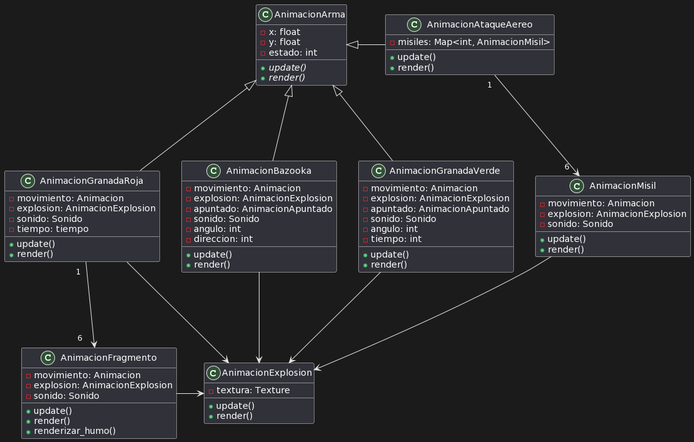
The PlantUML diagram documentacion/diagramas/clase/img/armas.png in AlanValdevenito/Worms, before a commit. Its diagram source:
```plantuml
@startuml
class AnimacionArma {
   -x: float
   -y: float
   -estado: int
   +{abstract}update()
   +{abstract}render()

}

class AnimacionGranadaVerde {
   -movimiento: Animacion
   -explosion: AnimacionExplosion
   -apuntado: AnimacionApuntado
   -sonido: Sonido
   -angulo: int
   -tiempo: int
   +update()
   +render()
}

class AnimacionGranadaRoja {
   -movimiento: Animacion
   -explosion: AnimacionExplosion
   -sonido: Sonido
   -tiempo: tiempo
   +update()
   +render()
}

class AnimacionFragmento {
   -movimiento: Animacion
   -explosion: AnimacionExplosion
   -sonido: Sonido
   +update()
   +render()
   +renderizar_humo()
}

class AnimacionAtaqueAereo {
   -misiles: Map<int, AnimacionMisil>
   +update()
   +render()
}


class AnimacionMisil {
    -movimiento: Animacion
    -explosion: AnimacionExplosion
    -sonido: Sonido
    +update()
    +render()
}

class AnimacionBazooka {
   -movimiento: Animacion
   -explosion: AnimacionExplosion
   -apuntado: AnimacionApuntado
   -sonido: Sonido
   -angulo: int
   -direccion: int
   +update()
   +render()
}

class AnimacionExplosion{
   -textura: Texture
   +update()
   +render()
}

AnimacionBazooka --up-|> AnimacionArma
AnimacionGranadaVerde --up-|> AnimacionArma
AnimacionGranadaRoja --up-|> AnimacionArma
AnimacionAtaqueAereo --left-|> AnimacionArma

AnimacionAtaqueAereo "  1  " --down-> "  6  " AnimacionMisil

AnimacionGranadaRoja"  1  " --down-> "    6    " AnimacionFragmento

AnimacionGranadaVerde --down-> AnimacionExplosion
AnimacionGranadaRoja --down-> AnimacionExplosion
AnimacionFragmento--right-> AnimacionExplosion
AnimacionMisil --down-> AnimacionExplosion
AnimacionBazooka --down-> AnimacionExplosion
@enduml
```
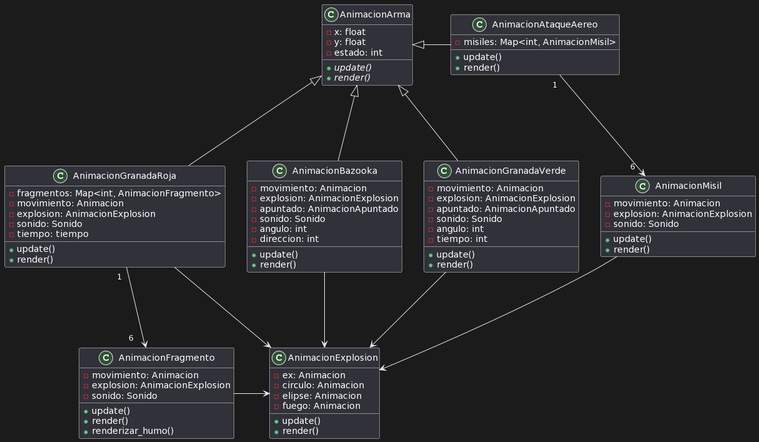
Above is the later version.

Change to the diagram source:
```diff
@@ -20,6 +20,7 @@
 }
 
 class AnimacionGranadaRoja {
+   -fragmentos: Map<int, AnimacionFragmento>
    -movimiento: Animacion
    -explosion: AnimacionExplosion
    -sonido: Sonido
@@ -63,8 +64,11 @@
    +render()
 }
 
-class AnimacionExplosion{
-   -textura: Texture
+class AnimacionExplosion {
+   -ex: Animacion
+   -circulo: Animacion
+   -elipse: Animacion
+   -fuego: Animacion
    +update()
    +render()
 }
```
